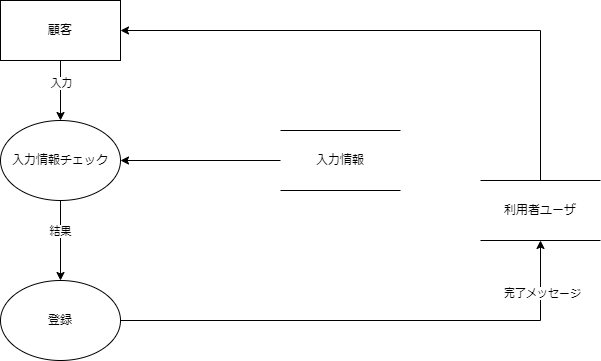
This is DFD/顧客アカウント登録.drawio.png from Pyama1013/Sotsu.Gamen, a draw.io export, as it was before one commit. Source tidied: cells renumbered, new cells last; positions are measured from the earlier drawing's top-left corner, leaving out a move shared by most shapes.
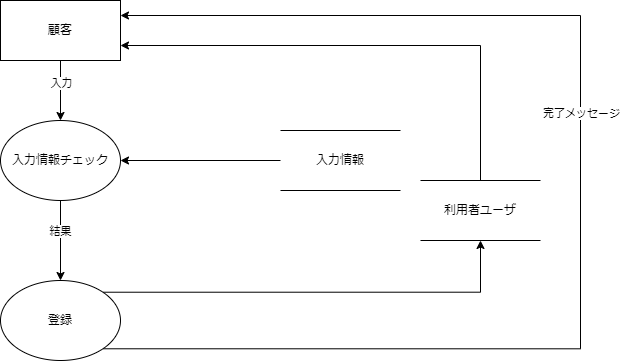
The same file after the commit.

Commit message:
Update 顧客アカウント登録.drawio.png

The edit, as a diff of the source:
```diff
@@ -8,7 +8,7 @@
     <mxCell id="3" value="入力" style="edgeLabel;html=1;align=center;verticalAlign=middle;" parent="2" vertex="1">
       <mxGeometry x="-0.25" relative="1" as="geometry" />
     </mxCell>
-    <mxCell id="4" style="edgeStyle=orthogonalEdgeStyle;rounded=0;jettySize=auto;html=1;exitX=0.5;exitY=0;exitDx=0;exitDy=0;entryX=1;entryY=0.5;entryDx=0;entryDy=0;" parent="1" edge="1" source="14" target="5">
+    <mxCell id="4" style="edgeStyle=orthogonalEdgeStyle;rounded=0;jettySize=auto;html=1;exitX=0.5;exitY=0;exitDx=0;exitDy=0;entryX=1;entryY=0.75;entryDx=0;entryDy=0;" parent="1" edge="1" source="14" target="5">
       <mxGeometry relative="1" as="geometry" />
     </mxCell>
     <mxCell id="5" value="顧客" style="rounded=0;whiteSpace=wrap;html=1;" parent="1" vertex="1">
@@ -23,13 +23,19 @@
     <mxCell id="8" value="入力情報チェック" style="ellipse;whiteSpace=wrap;html=1;" parent="1" vertex="1">
       <mxGeometry y="120" width="120" height="80" as="geometry" />
     </mxCell>
-    <mxCell id="9" style="edgeStyle=orthogonalEdgeStyle;rounded=0;jettySize=auto;html=1;exitX=1;exitY=0.5;exitDx=0;exitDy=0;" parent="1" edge="1" source="11">
-      <mxGeometry relative="1" as="geometry">
-        <mxPoint x="540" y="240" as="targetPoint" />
-      </mxGeometry>
-    </mxCell>
+    <mxCell id="15" style="edgeStyle=orthogonalEdgeStyle;rounded=0;jettySize=auto;html=1;exitX=1;exitY=0;exitDx=0;exitDy=0;entryX=0.5;entryY=1;entryDx=0;entryDy=0;" parent="1" edge="1" source="11" target="14">
+      <mxGeometry relative="1" as="geometry" />
+    </mxCell>
+    <mxCell id="16" style="edgeStyle=orthogonalEdgeStyle;rounded=0;jettySize=auto;html=1;exitX=1;exitY=1;exitDx=0;exitDy=0;entryX=1;entryY=0.25;entryDx=0;entryDy=0;" parent="1" edge="1" source="11" target="5">
+      <mxGeometry relative="1" as="geometry">
+        <Array as="points">
+          <mxPoint x="580" y="348" />
+          <mxPoint x="580" y="15" />
+        </Array>
+      </mxGeometry>
+    </mxCell>
-    <mxCell id="10" value="完了メッセージ" style="edgeLabel;html=1;align=center;verticalAlign=middle;" parent="9" vertex="1">
-      <mxGeometry x="0.79" y="-1" relative="1" as="geometry" />
+    <mxCell id="10" value="完了メッセージ" style="edgeLabel;html=1;align=center;verticalAlign=middle;" parent="16" vertex="1">
+      <mxGeometry x="0.12" relative="1" as="geometry" />
     </mxCell>
     <mxCell id="11" value="登録" style="ellipse;whiteSpace=wrap;html=1;" parent="1" vertex="1">
       <mxGeometry y="280" width="120" height="80" as="geometry" />
@@ -41,7 +47,7 @@
       <mxGeometry x="280" y="130" width="120" height="60" as="geometry" />
     </mxCell>
     <mxCell id="14" value="利用者ユーザ" style="shape=partialRectangle;whiteSpace=wrap;html=1;left=0;right=0;fillColor=none;" parent="1" vertex="1">
-      <mxGeometry x="480" y="180" width="120" height="60" as="geometry" />
+      <mxGeometry x="420" y="180" width="120" height="60" as="geometry" />
     </mxCell>
   </root>
 </mxGraphModel>
```
